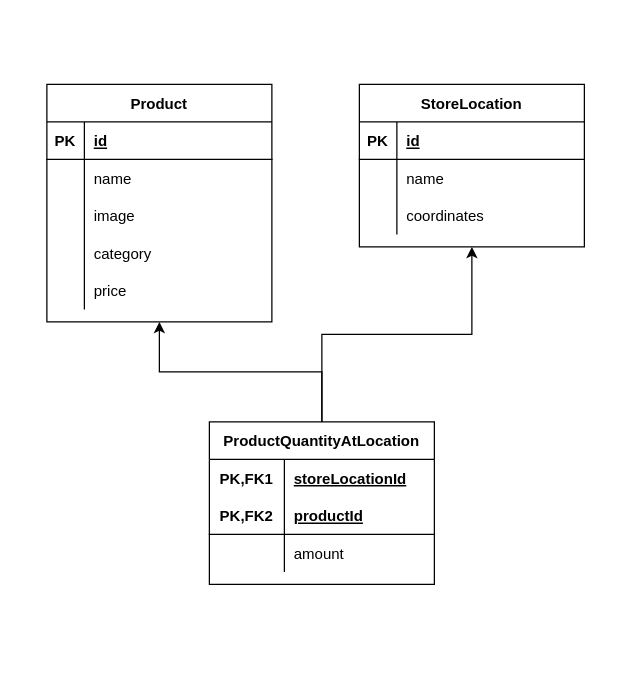
htw-kbe-jneidel/planning keeps this draw.io diagram as page "ER" (2 of 2) of Architecture.drawio. Above is the earlier version. Source tidied: cells renumbered, new cells numbered last; positions are measured from the earlier drawing's top-left corner, leaving out a move shared by most shapes. Both pictures are drawn from the tidied source at 125%, with x=0, y=0 at pixel (46, 84).
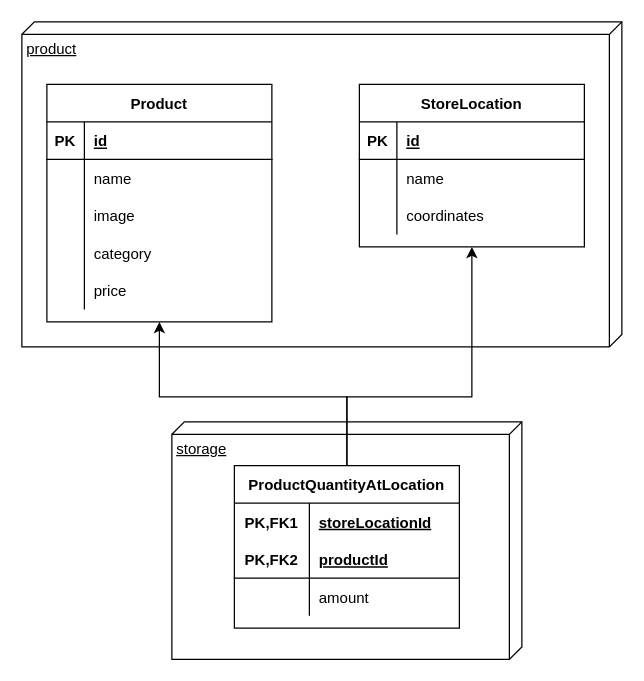
Above is the later version.

The change refers to these unchanged cells:
```xml
<mxCell id="2" value="Product" style="shape=table;startSize=30;childLayout=tableLayout;rowLines=0;fontStyle=1;align=center;" parent="1" vertex="1">
  <mxGeometry width="180" height="190" as="geometry" />
</mxCell>
<mxCell id="18" value="StoreLocation" style="shape=table;startSize=30;childLayout=tableLayout;rowLines=0;fontStyle=1;align=center;" parent="1" vertex="1">
  <mxGeometry x="250" width="180" height="130" as="geometry" />
</mxCell>
```

What changed in the source:
```diff
@@
+    <mxCell id="40" value="product" style="verticalAlign=top;align=left;spacingTop=8;spacingLeft=2;spacingRight=12;shape=cube;size=10;direction=south;fontStyle=4;html=1;" parent="1" vertex="1">
+      <mxGeometry x="-20" y="-50" width="480" height="260" as="geometry" />
+    </mxCell>
+    <mxCell id="41" value="storage" style="verticalAlign=top;align=left;spacingTop=8;spacingLeft=2;spacingRight=12;shape=cube;size=10;direction=south;fontStyle=4;html=1;" parent="1" vertex="1">
+      <mxGeometry x="100" y="270" width="280" height="190" as="geometry" />
+    </mxCell>
@@
     <mxCell id="28" style="edgeStyle=orthogonalEdgeStyle;rounded=0;jettySize=auto;html=1;entryX=0.5;entryY=1;entryDx=0;entryDy=0;" parent="1" edge="1" source="30" target="2">
-      <mxGeometry relative="1" as="geometry" />
+      <mxGeometry relative="1" as="geometry">
+        <Array as="points">
+          <mxPoint x="240" y="250" />
+          <mxPoint x="90" y="250" />
+        </Array>
+      </mxGeometry>
     </mxCell>
     <mxCell id="29" style="edgeStyle=orthogonalEdgeStyle;rounded=0;jettySize=auto;html=1;entryX=0.5;entryY=1;entryDx=0;entryDy=0;" parent="1" edge="1" source="30" target="18">
-      <mxGeometry relative="1" as="geometry" />
+      <mxGeometry relative="1" as="geometry">
+        <Array as="points">
+          <mxPoint x="240" y="250" />
+          <mxPoint x="340" y="250" />
+        </Array>
+      </mxGeometry>
     </mxCell>
     <mxCell id="30" value="ProductQuantityAtLocation" style="shape=table;startSize=30;childLayout=tableLayout;rowLines=0;fontStyle=1;align=center;" parent="1" vertex="1">
-      <mxGeometry x="130" y="270" width="180" height="130" as="geometry" />
+      <mxGeometry x="150" y="305" width="180" height="130" as="geometry" />
     </mxCell>
```
